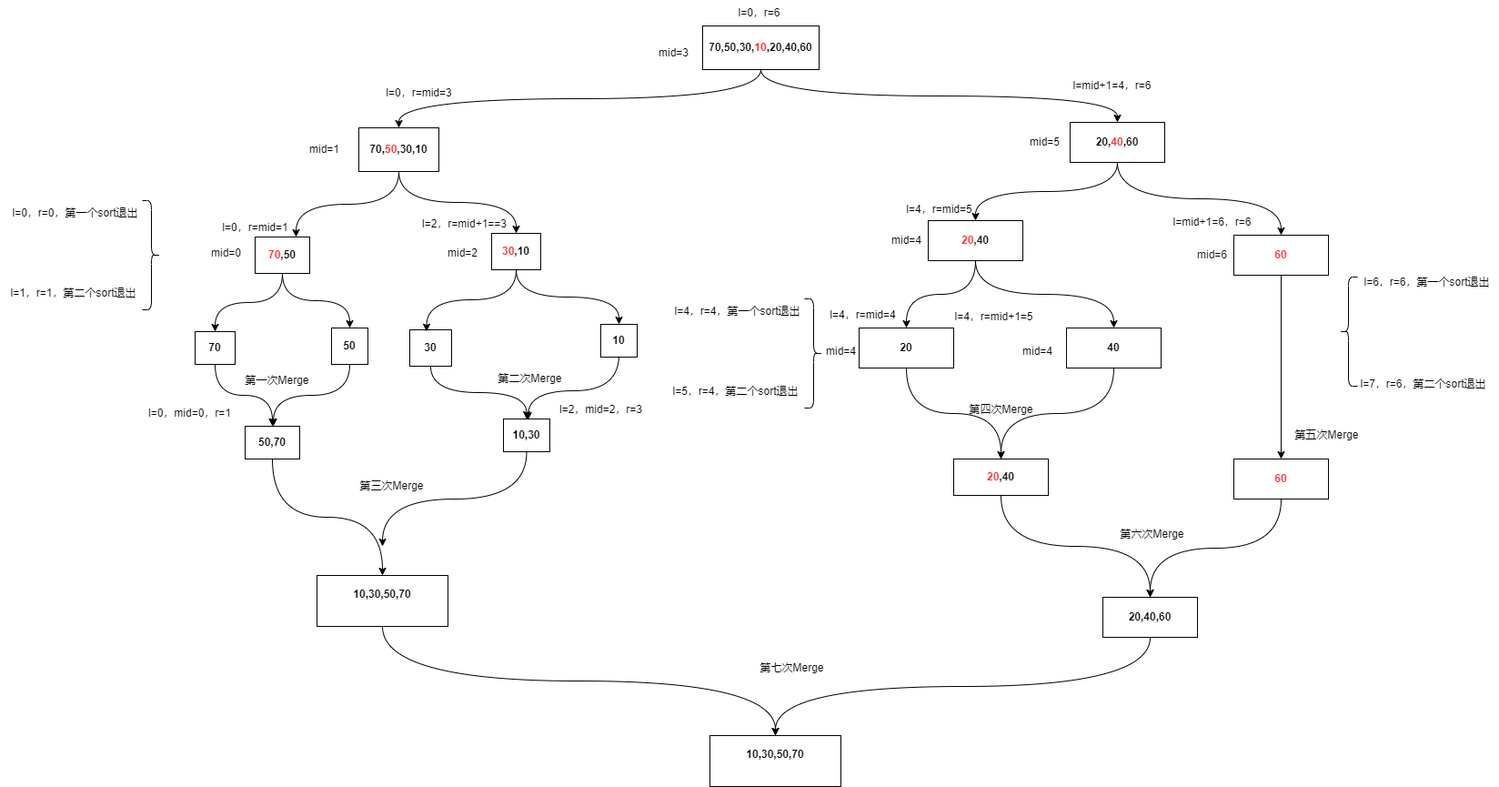
The draw.io diagram AlgorithmsAndDataStructures/归并算法.drawio.png in wjb0823/drawio, before a commit. Source tidied: cells renumbered, new cells last; positions are measured from the earlier drawing's top-left corner, leaving out a move shared by most shapes.
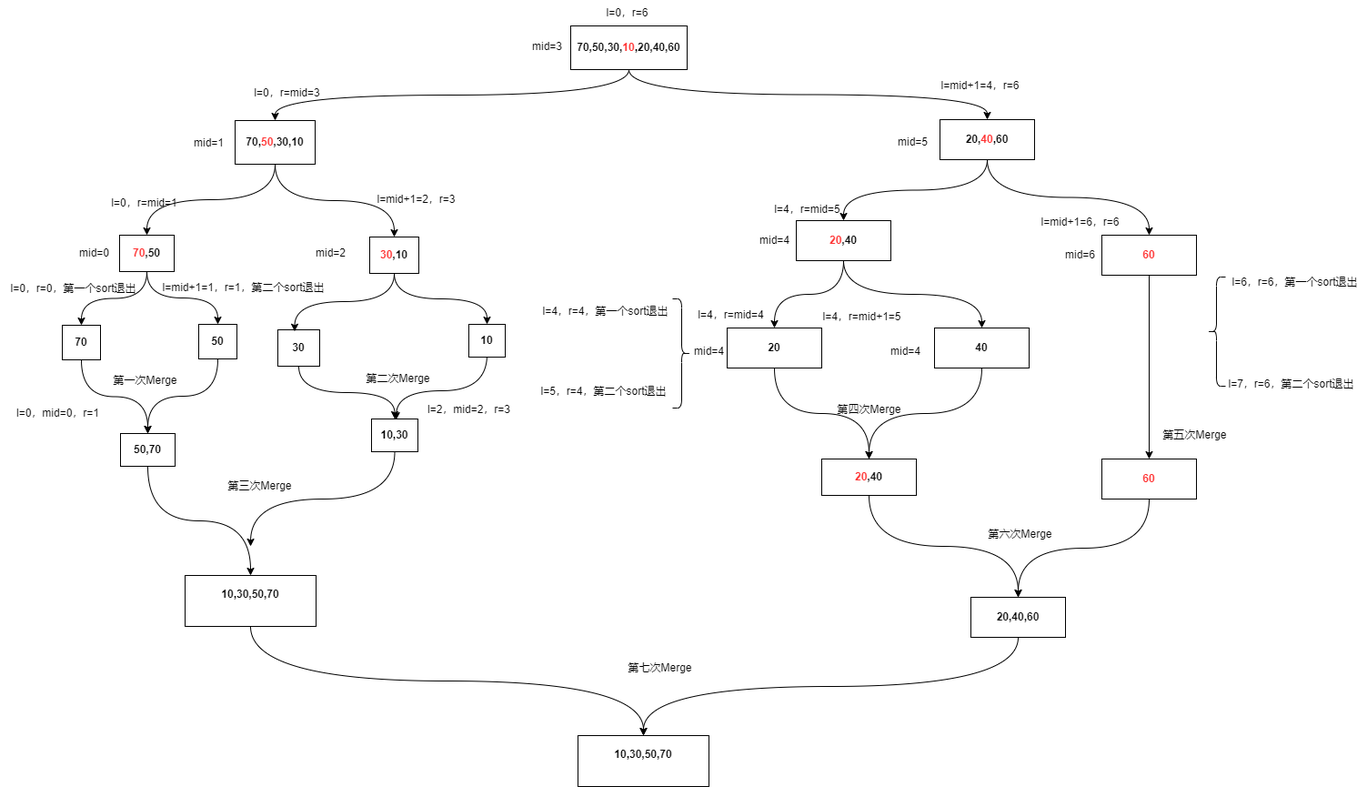
After the commit.

Commit message:
更新归并算法.drawio.png

Change to the diagram source:
```diff
@@ -15,16 +15,16 @@
       <mxGeometry relative="1" as="geometry" />
     </mxCell>
     <mxCell id="6" value="&lt;b&gt;20,&lt;font color=&quot;#ff3333&quot;&gt;40&lt;/font&gt;,60&lt;/b&gt;" style="rounded=0;whiteSpace=wrap;html=1;" parent="1" vertex="1">
-      <mxGeometry x="1176" y="134" width="104" height="44" as="geometry" />
+      <mxGeometry x="1178" y="131" width="104" height="44" as="geometry" />
     </mxCell>
-    <mxCell id="7" style="edgeStyle=orthogonalEdgeStyle;rounded=0;jettySize=auto;html=1;entryX=0.75;entryY=0;entryDx=0;entryDy=0;curved=1;exitX=0.5;exitY=1;exitDx=0;exitDy=0;" parent="1" edge="1" source="9" target="12">
+    <mxCell id="7" style="edgeStyle=orthogonalEdgeStyle;rounded=0;jettySize=auto;html=1;entryX=0.5;entryY=0;entryDx=0;entryDy=0;curved=1;exitX=0.5;exitY=1;exitDx=0;exitDy=0;" parent="1" edge="1" source="9" target="12">
       <mxGeometry relative="1" as="geometry" />
     </mxCell>
     <mxCell id="8" style="edgeStyle=orthogonalEdgeStyle;rounded=0;jettySize=auto;html=1;exitX=0.5;exitY=1;exitDx=0;exitDy=0;entryX=0.5;entryY=0;entryDx=0;entryDy=0;curved=1;" parent="1" edge="1" source="9" target="29">
       <mxGeometry relative="1" as="geometry" />
     </mxCell>
     <mxCell id="9" value="&lt;b&gt;70,&lt;font color=&quot;#ff3333&quot;&gt;50&lt;/font&gt;,30,10&lt;/b&gt;" style="rounded=0;whiteSpace=wrap;html=1;" parent="1" vertex="1">
-      <mxGeometry x="394" y="140" width="88" height="48" as="geometry" />
+      <mxGeometry x="403" y="132" width="88" height="48" as="geometry" />
     </mxCell>
     <mxCell id="10" style="edgeStyle=orthogonalEdgeStyle;rounded=0;jettySize=auto;html=1;exitX=0.5;exitY=1;exitDx=0;exitDy=0;curved=1;entryX=0.5;entryY=0;entryDx=0;entryDy=0;" parent="1" edge="1" source="12" target="21">
       <mxGeometry relative="1" as="geometry" />
@@ -33,22 +33,22 @@
       <mxGeometry relative="1" as="geometry" />
     </mxCell>
     <mxCell id="12" value="&lt;b&gt;&lt;font color=&quot;#ff3333&quot;&gt;70&lt;/font&gt;,50&lt;/b&gt;" style="rounded=0;whiteSpace=wrap;html=1;" parent="1" vertex="1">
-      <mxGeometry x="280" y="260" width="60" height="40" as="geometry" />
+      <mxGeometry x="276" y="258" width="60" height="40" as="geometry" />
     </mxCell>
     <mxCell id="13" value="l=0，r=6" style="text;html=1;align=center;verticalAlign=middle;strokeColor=none;fillColor=none;" parent="1" vertex="1">
       <mxGeometry x="800" width="68" height="28" as="geometry" />
     </mxCell>
     <mxCell id="14" value="mid=3" style="text;html=1;align=center;verticalAlign=middle;strokeColor=none;fillColor=none;" parent="1" vertex="1">
-      <mxGeometry x="712" y="44" width="56" height="28" as="geometry" />
+      <mxGeometry x="718" y="37" width="56" height="28" as="geometry" />
     </mxCell>
     <mxCell id="15" value="l=0，r=mid=3" style="text;html=1;align=center;verticalAlign=middle;strokeColor=none;fillColor=none;" parent="1" vertex="1">
       <mxGeometry x="412" y="88" width="96" height="28" as="geometry" />
     </mxCell>
     <mxCell id="16" value="mid=1" style="text;html=1;align=center;verticalAlign=middle;strokeColor=none;fillColor=none;" parent="1" vertex="1">
-      <mxGeometry x="328" y="150" width="56" height="28" as="geometry" />
+      <mxGeometry x="346" y="143" width="56" height="28" as="geometry" />
     </mxCell>
     <mxCell id="17" value="l=0，r=mid=1" style="text;html=1;align=center;verticalAlign=middle;strokeColor=none;fillColor=none;" parent="1" vertex="1">
-      <mxGeometry x="232" y="236" width="96" height="28" as="geometry" />
+      <mxGeometry x="255" y="209" width="96" height="28" as="geometry" />
     </mxCell>
     <mxCell id="18" value="l=6，r=6，第一个sort退出" style="text;html=1;align=center;verticalAlign=middle;strokeColor=none;fillColor=none;" parent="1" vertex="1">
       <mxGeometry x="1488" y="296" width="160" height="28" as="geometry" />
@@ -60,33 +60,31 @@
       <mxGeometry relative="1" as="geometry" />
     </mxCell>
     <mxCell id="21" value="&lt;b style=&quot;&quot;&gt;70&lt;/b&gt;" style="rounded=0;whiteSpace=wrap;html=1;" parent="1" vertex="1">
-      <mxGeometry x="214" y="364" width="44" height="36" as="geometry" />
+      <mxGeometry x="213" y="357" width="42" height="38" as="geometry" />
     </mxCell>
-    <mxCell id="22" style="edgeStyle=orthogonalEdgeStyle;rounded=0;jettySize=auto;html=1;exitX=0.5;exitY=1;exitDx=0;exitDy=0;curved=1;" parent="1" edge="1" source="23">
-      <mxGeometry relative="1" as="geometry">
-        <mxPoint x="300" y="468" as="targetPoint" />
-      </mxGeometry>
+    <mxCell id="22" style="edgeStyle=orthogonalEdgeStyle;rounded=0;jettySize=auto;html=1;exitX=0.5;exitY=1;exitDx=0;exitDy=0;curved=1;entryX=0.5;entryY=0;entryDx=0;entryDy=0;" parent="1" edge="1" source="23" target="25">
+      <mxGeometry relative="1" as="geometry" />
     </mxCell>
     <mxCell id="23" value="&lt;b style=&quot;&quot;&gt;50&lt;/b&gt;" style="rounded=0;whiteSpace=wrap;html=1;" parent="1" vertex="1">
-      <mxGeometry x="364" y="360" width="40" height="40" as="geometry" />
+      <mxGeometry x="363" y="356" width="42" height="38" as="geometry" />
     </mxCell>
     <mxCell id="24" style="edgeStyle=orthogonalEdgeStyle;rounded=0;jettySize=auto;html=1;exitX=0.5;exitY=1;exitDx=0;exitDy=0;entryX=0.5;entryY=0;entryDx=0;entryDy=0;curved=1;" parent="1" edge="1" source="25" target="41">
       <mxGeometry relative="1" as="geometry" />
     </mxCell>
     <mxCell id="25" value="&lt;b style=&quot;&quot;&gt;50,70&lt;/b&gt;&lt;b style=&quot;&quot;&gt;&lt;br&gt;&lt;/b&gt;" style="rounded=0;whiteSpace=wrap;html=1;" parent="1" vertex="1">
-      <mxGeometry x="269" y="468" width="60" height="36" as="geometry" />
+      <mxGeometry x="277" y="476" width="60" height="36" as="geometry" />
     </mxCell>
     <mxCell id="26" value="第一次Merge" style="text;html=1;align=center;verticalAlign=middle;strokeColor=none;fillColor=none;" parent="1" vertex="1">
       <mxGeometry x="258" y="404" width="92" height="28" as="geometry" />
     </mxCell>
-    <mxCell id="27" value="l=2，r=mid+1==3" style="text;html=1;align=center;verticalAlign=middle;strokeColor=none;fillColor=none;" parent="1" vertex="1">
-      <mxGeometry x="452" y="232" width="116" height="28" as="geometry" />
+    <mxCell id="27" value="l=mid+1=2，r=3" style="text;html=1;align=center;verticalAlign=middle;strokeColor=none;fillColor=none;" parent="1" vertex="1">
+      <mxGeometry x="549" y="205" width="105" height="27" as="geometry" />
     </mxCell>
     <mxCell id="28" style="edgeStyle=orthogonalEdgeStyle;rounded=0;jettySize=auto;html=1;exitX=0.5;exitY=1;exitDx=0;exitDy=0;entryX=0.5;entryY=0;entryDx=0;entryDy=0;curved=1;" parent="1" edge="1" source="29" target="33">
       <mxGeometry relative="1" as="geometry" />
     </mxCell>
     <mxCell id="29" value="&lt;b style=&quot;&quot;&gt;&lt;font color=&quot;#ff3333&quot;&gt;30&lt;/font&gt;,10&lt;/b&gt;" style="rounded=0;whiteSpace=wrap;html=1;" parent="1" vertex="1">
-      <mxGeometry x="540" y="256" width="54" height="40" as="geometry" />
+      <mxGeometry x="551" y="260" width="54" height="40" as="geometry" />
     </mxCell>
     <mxCell id="30" style="edgeStyle=orthogonalEdgeStyle;rounded=0;jettySize=auto;html=1;exitX=0.5;exitY=1;exitDx=0;exitDy=0;curved=1;" parent="1" edge="1" source="31" target="36">
       <mxGeometry relative="1" as="geometry" />
@@ -122,10 +120,10 @@
       <mxGeometry x="536" y="402" width="92" height="28" as="geometry" />
     </mxCell>
     <mxCell id="38" value="l=0，r=0，第一个sort退出" style="text;html=1;align=center;verticalAlign=middle;strokeColor=none;fillColor=none;" parent="1" vertex="1">
-      <mxGeometry x="2" y="220" width="160" height="28" as="geometry" />
+      <mxGeometry x="145" y="303" width="160" height="28" as="geometry" />
     </mxCell>
-    <mxCell id="39" value="l=1，r=1，第二个sort退出" style="text;html=1;align=center;verticalAlign=middle;strokeColor=none;fillColor=none;" parent="1" vertex="1">
-      <mxGeometry y="308" width="160" height="28" as="geometry" />
+    <mxCell id="39" value="l=mid+1=1，r=1，第二个sort退出" style="text;html=1;align=center;verticalAlign=middle;strokeColor=none;fillColor=none;" parent="1" vertex="1">
+      <mxGeometry x="313" y="302" width="197" height="27" as="geometry" />
     </mxCell>
     <mxCell id="40" style="edgeStyle=orthogonalEdgeStyle;rounded=0;jettySize=auto;html=1;entryX=0.5;entryY=0;entryDx=0;entryDy=0;curved=1;exitX=0.5;exitY=1;exitDx=0;exitDy=0;" parent="1" edge="1" source="41" target="80">
       <mxGeometry relative="1" as="geometry" />
@@ -136,9 +134,6 @@
     <mxCell id="42" value="第三次Merge" style="text;html=1;align=center;verticalAlign=middle;strokeColor=none;fillColor=none;" parent="1" vertex="1">
       <mxGeometry x="384" y="520" width="92" height="28" as="geometry" />
     </mxCell>
-    <mxCell id="43" style="shape=curlyBracket;whiteSpace=wrap;html=1;rounded=1;flipH=1;labelPosition=right;verticalLabelPosition=middle;align=left;verticalAlign=middle;" parent="1" vertex="1">
-      <mxGeometry x="156" y="220" width="20" height="120" as="geometry" />
-    </mxCell>
     <mxCell id="44" style="shape=curlyBracket;whiteSpace=wrap;html=1;rounded=1;labelPosition=left;verticalLabelPosition=middle;align=right;verticalAlign=middle;" parent="1" vertex="1">
       <mxGeometry x="1472" y="304" width="20" height="120" as="geometry" />
     </mxCell>
```
